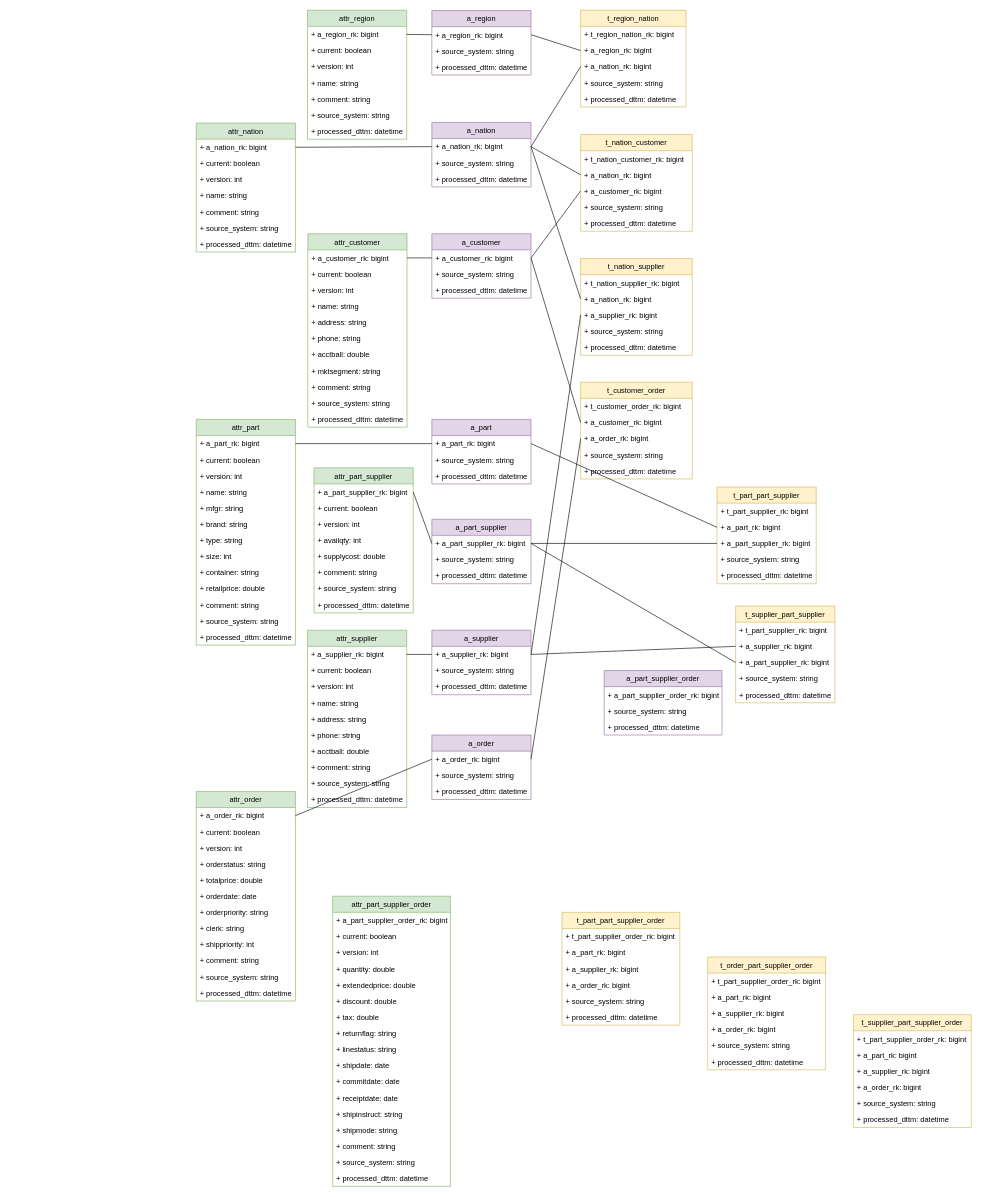
This is DZ1/Anchor.drawio from DMfananddu/DWH, a draw.io file, before an edit. Source tidied: cells renumbered, new cells numbered last; positions are measured from the earlier drawing's top-left corner, leaving out a move shared by most shapes. Both pictures are drawn from the tidied source at 62%, with x=0, y=0 at pixel (196, 10).
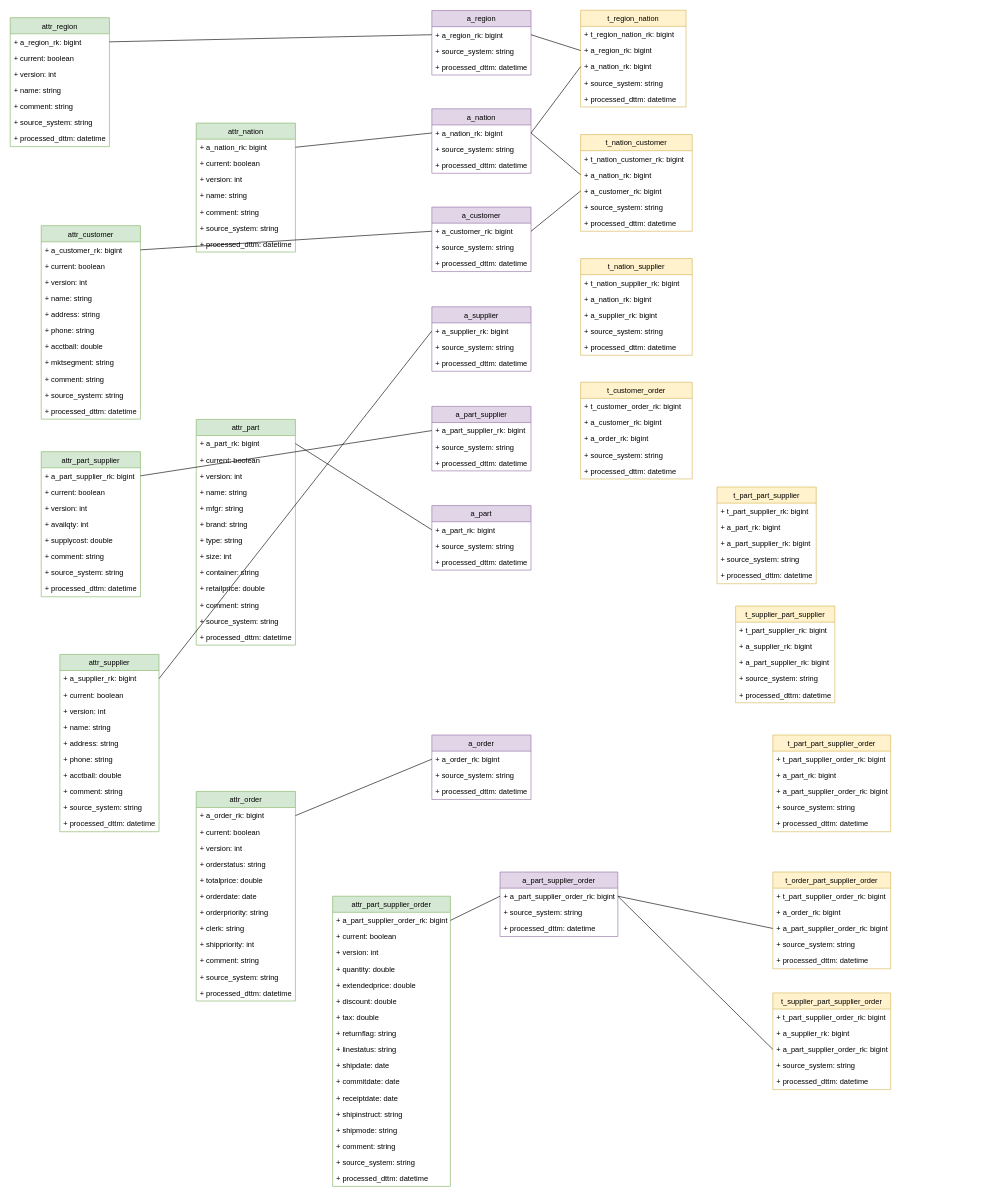
The same page after the edit.

Unchanged cells that the change refers to:
```xml
<mxCell id="16" value="+ a_part_supplier_rk: bigint" style="text;strokeColor=none;fillColor=none;align=left;verticalAlign=top;spacingLeft=4;spacingRight=4;overflow=hidden;points=[[0,0.5],[1,0.5]];portConstraint=eastwest;" parent="15" vertex="1">
  <mxGeometry y="26" width="160" height="26" as="geometry" />
</mxCell>
<mxCell id="20" value="+ a_part_supplier_order_rk: bigint" style="text;strokeColor=none;fillColor=none;align=left;verticalAlign=top;spacingLeft=4;spacingRight=4;overflow=hidden;points=[[0,0.5],[1,0.5]];portConstraint=eastwest;" parent="19" vertex="1">
  <mxGeometry y="26" width="190" height="26" as="geometry" />
</mxCell>
<mxCell id="30" value="+ a_nation_rk: bigint" style="text;strokeColor=none;fillColor=none;align=left;verticalAlign=top;spacingLeft=4;spacingRight=4;overflow=hidden;points=[[0,0.5],[1,0.5]];portConstraint=eastwest;" parent="29" vertex="1">
  <mxGeometry y="26" width="160" height="26" as="geometry" />
</mxCell>
<mxCell id="34" value="+ a_supplier_rk: bigint" style="text;strokeColor=none;fillColor=none;align=left;verticalAlign=top;spacingLeft=4;spacingRight=4;overflow=hidden;points=[[0,0.5],[1,0.5]];portConstraint=eastwest;" parent="33" vertex="1">
  <mxGeometry y="26" width="160" height="26" as="geometry" />
</mxCell>
<mxCell id="38" value="+ a_customer_rk: bigint" style="text;strokeColor=none;fillColor=none;align=left;verticalAlign=top;spacingLeft=4;spacingRight=4;overflow=hidden;points=[[0,0.5],[1,0.5]];portConstraint=eastwest;" parent="37" vertex="1">
  <mxGeometry y="26" width="160" height="26" as="geometry" />
</mxCell>
<mxCell id="42" value="+ a_order_rk: bigint" style="text;strokeColor=none;fillColor=none;align=left;verticalAlign=top;spacingLeft=4;spacingRight=4;overflow=hidden;points=[[0,0.5],[1,0.5]];portConstraint=eastwest;" parent="41" vertex="1">
  <mxGeometry y="26" width="160" height="26" as="geometry" />
</mxCell>
<mxCell id="46" value="+ a_part_rk: bigint" style="text;strokeColor=none;fillColor=none;align=left;verticalAlign=top;spacingLeft=4;spacingRight=4;overflow=hidden;points=[[0,0.5],[1,0.5]];portConstraint=eastwest;" parent="45" vertex="1">
  <mxGeometry y="26" width="160" height="26" as="geometry" />
</mxCell>
<mxCell id="59" value="+ a_nation_rk: bigint" style="text;strokeColor=none;fillColor=none;align=left;verticalAlign=top;spacingLeft=4;spacingRight=4;overflow=hidden;points=[[0,0.5],[1,0.5]];portConstraint=eastwest;" parent="57" vertex="1">
  <mxGeometry y="52" width="180" height="26" as="geometry" />
</mxCell>
<mxCell id="60" value="+ a_supplier_rk: bigint" style="text;strokeColor=none;fillColor=none;align=left;verticalAlign=top;spacingLeft=4;spacingRight=4;overflow=hidden;points=[[0,0.5],[1,0.5]];portConstraint=eastwest;" parent="57" vertex="1">
  <mxGeometry y="78" width="180" height="26" as="geometry" />
</mxCell>
<mxCell id="65" value="+ a_customer_rk: bigint" style="text;strokeColor=none;fillColor=none;align=left;verticalAlign=top;spacingLeft=4;spacingRight=4;overflow=hidden;points=[[0,0.5],[1,0.5]];portConstraint=eastwest;" parent="63" vertex="1">
  <mxGeometry y="52" width="180" height="26" as="geometry" />
</mxCell>
<mxCell id="66" value="+ a_order_rk: bigint" style="text;strokeColor=none;fillColor=none;align=left;verticalAlign=top;spacingLeft=4;spacingRight=4;overflow=hidden;points=[[0,0.5],[1,0.5]];portConstraint=eastwest;" parent="63" vertex="1">
  <mxGeometry y="78" width="180" height="26" as="geometry" />
</mxCell>
<mxCell id="148" value="+ a_part_supplier_order_rk: bigint" style="text;strokeColor=none;fillColor=none;align=left;verticalAlign=top;spacingLeft=4;spacingRight=4;overflow=hidden;points=[[0,0.5],[1,0.5]];portConstraint=eastwest;" parent="147" vertex="1">
  <mxGeometry y="26" width="190" height="26" as="geometry" />
</mxCell>
<mxCell id="167" value="+ a_supplier_rk: bigint" style="text;strokeColor=none;fillColor=none;align=left;verticalAlign=top;spacingLeft=4;spacingRight=4;overflow=hidden;points=[[0,0.5],[1,0.5]];portConstraint=eastwest;" parent="165" vertex="1">
  <mxGeometry y="52" width="160" height="26" as="geometry" />
</mxCell>
<mxCell id="168" value="+ a_part_supplier_rk: bigint" style="text;strokeColor=none;fillColor=none;align=left;verticalAlign=top;spacingLeft=4;spacingRight=4;overflow=hidden;points=[[0,0.5],[1,0.5]];portConstraint=eastwest;" parent="165" vertex="1">
  <mxGeometry y="78" width="160" height="26" as="geometry" />
</mxCell>
<mxCell id="173" value="+ a_part_rk: bigint" style="text;strokeColor=none;fillColor=none;align=left;verticalAlign=top;spacingLeft=4;spacingRight=4;overflow=hidden;points=[[0,0.5],[1,0.5]];portConstraint=eastwest;" parent="171" vertex="1">
  <mxGeometry y="52" width="160" height="26" as="geometry" />
</mxCell>
<mxCell id="174" value="+ a_part_supplier_rk: bigint" style="text;strokeColor=none;fillColor=none;align=left;verticalAlign=top;spacingLeft=4;spacingRight=4;overflow=hidden;points=[[0,0.5],[1,0.5]];portConstraint=eastwest;" parent="171" vertex="1">
  <mxGeometry y="78" width="160" height="26" as="geometry" />
</mxCell>
```

Diff of the diagram source:
```diff
@@
     <mxCell id="6" value="attr_region" style="swimlane;fontStyle=0;horizontal=1;startSize=26;fillColor=#d5e8d4;strokeColor=#82b366;" parent="1" vertex="1">
-      <mxGeometry x="179.5" width="160" height="208" as="geometry" />
+      <mxGeometry x="-300" y="12" width="160" height="208" as="geometry" />
     </mxCell>
@@
     <mxCell id="15" value="a_part_supplier" style="swimlane;fontStyle=0;horizontal=1;startSize=26;fillColor=#e1d5e7;verticalAlign=middle;strokeColor=#9673a6;" parent="1" vertex="1">
-      <mxGeometry x="380" y="821" width="160" height="104" as="geometry" />
+      <mxGeometry x="380" y="639" width="160" height="104" as="geometry" />
     </mxCell>
@@
     <mxCell id="19" value="a_part_supplier_order" style="swimlane;fontStyle=0;horizontal=1;startSize=26;fillColor=#e1d5e7;strokeColor=#9673a6;" parent="1" vertex="1">
-      <mxGeometry x="658" y="1065" width="190" height="104" as="geometry" />
+      <mxGeometry x="490" y="1390" width="190" height="104" as="geometry" />
     </mxCell>
@@
     <mxCell id="29" value="a_nation" style="swimlane;fontStyle=0;horizontal=1;startSize=26;fillColor=#e1d5e7;align=center;verticalAlign=middle;strokeColor=#9673a6;" parent="1" vertex="1">
-      <mxGeometry x="380" y="181" width="160" height="104" as="geometry" />
+      <mxGeometry x="380" y="159" width="160" height="104" as="geometry" />
     </mxCell>
@@
     <mxCell id="33" value="a_supplier" style="swimlane;fontStyle=0;horizontal=1;startSize=26;fillColor=#e1d5e7;align=center;verticalAlign=middle;strokeColor=#9673a6;" parent="1" vertex="1">
-      <mxGeometry x="380" y="1000" width="160" height="104" as="geometry" />
+      <mxGeometry x="380" y="478.3" width="160" height="104" as="geometry" />
     </mxCell>
@@
     <mxCell id="37" value="a_customer" style="swimlane;fontStyle=0;horizontal=1;startSize=26;fillColor=#e1d5e7;align=center;verticalAlign=middle;strokeColor=#9673a6;" parent="1" vertex="1">
-      <mxGeometry x="380" y="360.5" width="160" height="104" as="geometry" />
+      <mxGeometry x="380" y="317.5" width="160" height="104" as="geometry" />
     </mxCell>
@@
     <mxCell id="45" value="a_part" style="swimlane;fontStyle=0;horizontal=1;startSize=26;fillColor=#e1d5e7;align=center;verticalAlign=middle;strokeColor=#9673a6;" parent="1" vertex="1">
-      <mxGeometry x="380" y="660" width="160" height="104" as="geometry" />
+      <mxGeometry x="380" y="799" width="160" height="104" as="geometry" />
     </mxCell>
@@
-    <mxCell id="71" style="edgeStyle=none;rounded=0;jettySize=auto;html=1;exitX=1;exitY=0.5;exitDx=0;exitDy=0;entryX=0;entryY=0.5;entryDx=0;entryDy=0;endArrow=none;endFill=0;" parent="1" edge="1" source="38" target="65">
-      <mxGeometry relative="1" as="geometry" />
-    </mxCell>
-    <mxCell id="72" style="edgeStyle=none;rounded=0;jettySize=auto;html=1;exitX=1;exitY=0.5;exitDx=0;exitDy=0;entryX=0;entryY=0.5;entryDx=0;entryDy=0;endArrow=none;endFill=0;" parent="1" edge="1" source="42" target="66">
-      <mxGeometry relative="1" as="geometry" />
-    </mxCell>
-    <mxCell id="73" style="edgeStyle=none;rounded=0;jettySize=auto;html=1;exitX=0;exitY=0.5;exitDx=0;exitDy=0;entryX=1;entryY=0.5;entryDx=0;entryDy=0;endArrow=none;endFill=0;" parent="1" edge="1" source="59" target="30">
-      <mxGeometry relative="1" as="geometry" />
-    </mxCell>
-    <mxCell id="74" style="edgeStyle=none;rounded=0;jettySize=auto;html=1;exitX=0;exitY=0.5;exitDx=0;exitDy=0;entryX=1;entryY=0.5;entryDx=0;entryDy=0;endArrow=none;endFill=0;" parent="1" edge="1" source="60" target="34">
-      <mxGeometry relative="1" as="geometry" />
-    </mxCell>
@@
     <mxCell id="84" value="attr_customer" style="swimlane;fontStyle=0;horizontal=1;startSize=26;fillColor=#d5e8d4;strokeColor=#82b366;" parent="1" vertex="1">
-      <mxGeometry x="180" y="360.5" width="160" height="312" as="geometry" />
+      <mxGeometry x="-250" y="347.5" width="160" height="312" as="geometry" />
     </mxCell>
@@
     <mxCell id="112" value="attr_supplier" style="swimlane;fontStyle=0;horizontal=1;startSize=26;fillColor=#d5e8d4;strokeColor=#82b366;" parent="1" vertex="1">
-      <mxGeometry x="179.5" y="1000" width="160" height="286" as="geometry" />
+      <mxGeometry x="-220" y="1039" width="160" height="286" as="geometry" />
     </mxCell>
@@
     <mxCell id="138" value="attr_part_supplier" style="swimlane;fontStyle=0;horizontal=1;startSize=26;fillColor=#d5e8d4;strokeColor=#82b366;" parent="1" vertex="1">
-      <mxGeometry x="190" y="738" width="160" height="234" as="geometry" />
+      <mxGeometry x="-250" y="712" width="160" height="234" as="geometry" />
     </mxCell>
@@
     <mxCell id="177" value="t_part_part_supplier_order" style="swimlane;fontStyle=0;horizontal=1;startSize=26;fillColor=#fff2cc;strokeColor=#d6b656;" parent="1" vertex="1">
-      <mxGeometry x="590" y="1455" width="190" height="182" as="geometry" />
+      <mxGeometry x="930" y="1169" width="190" height="156" as="geometry" />
     </mxCell>
@@
-    <mxCell id="180" value="+ a_supplier_rk: bigint" style="text;strokeColor=none;fillColor=none;align=left;verticalAlign=top;spacingLeft=4;spacingRight=4;overflow=hidden;" parent="177" vertex="1">
+    <mxCell id="180" value="+ a_part_supplier_order_rk: bigint" style="text;strokeColor=none;fillColor=none;align=left;verticalAlign=top;spacingLeft=4;spacingRight=4;overflow=hidden;" parent="177" vertex="1">
       <mxGeometry y="78" width="190" height="26" as="geometry" />
     </mxCell>
-    <mxCell id="181" value="+ a_order_rk: bigint" style="text;strokeColor=none;fillColor=none;align=left;verticalAlign=top;spacingLeft=4;spacingRight=4;overflow=hidden;" parent="177" vertex="1">
-      <mxGeometry y="104" width="190" height="26" as="geometry" />
-    </mxCell>
     <mxCell id="182" value="+ source_system: string" style="text;strokeColor=none;fillColor=none;align=left;verticalAlign=top;spacingLeft=4;spacingRight=4;overflow=hidden;" parent="177" vertex="1">
-      <mxGeometry y="130" width="190" height="26" as="geometry" />
+      <mxGeometry y="104" width="190" height="26" as="geometry" />
     </mxCell>
     <mxCell id="183" value="+ processed_dttm: datetime" style="text;strokeColor=none;fillColor=none;align=left;verticalAlign=top;spacingLeft=4;spacingRight=4;overflow=hidden;" parent="177" vertex="1">
-      <mxGeometry y="156" width="190" height="26" as="geometry" />
+      <mxGeometry y="130" width="190" height="26" as="geometry" />
     </mxCell>
     <mxCell id="184" value="t_order_part_supplier_order" style="swimlane;fontStyle=0;horizontal=1;startSize=26;fillColor=#fff2cc;strokeColor=#d6b656;" parent="1" vertex="1">
-      <mxGeometry x="825" y="1527" width="190" height="182" as="geometry" />
+      <mxGeometry x="930" y="1390" width="190" height="156" as="geometry" />
     </mxCell>
@@
-    <mxCell id="186" value="+ a_part_rk: bigint" style="text;strokeColor=none;fillColor=none;align=left;verticalAlign=top;spacingLeft=4;spacingRight=4;overflow=hidden;" parent="184" vertex="1">
-      <mxGeometry y="52" width="190" height="26" as="geometry" />
-    </mxCell>
+    <mxCell id="188" value="+ a_order_rk: bigint" style="text;strokeColor=none;fillColor=none;align=left;verticalAlign=top;spacingLeft=4;spacingRight=4;overflow=hidden;" parent="184" vertex="1">
+      <mxGeometry y="52" width="190" height="26" as="geometry" />
+    </mxCell>
-    <mxCell id="187" value="+ a_supplier_rk: bigint" style="text;strokeColor=none;fillColor=none;align=left;verticalAlign=top;spacingLeft=4;spacingRight=4;overflow=hidden;points=[[0,0.5],[1,0.5]];portConstraint=eastwest;" parent="184" vertex="1">
+    <mxCell id="187" value="+ a_part_supplier_order_rk: bigint" style="text;strokeColor=none;fillColor=none;align=left;verticalAlign=top;spacingLeft=4;spacingRight=4;overflow=hidden;points=[[0,0.5],[1,0.5]];portConstraint=eastwest;" parent="184" vertex="1">
       <mxGeometry y="78" width="190" height="26" as="geometry" />
     </mxCell>
-    <mxCell id="188" value="+ a_order_rk: bigint" style="text;strokeColor=none;fillColor=none;align=left;verticalAlign=top;spacingLeft=4;spacingRight=4;overflow=hidden;" parent="184" vertex="1">
-      <mxGeometry y="104" width="190" height="26" as="geometry" />
-    </mxCell>
     <mxCell id="189" value="+ source_system: string" style="text;strokeColor=none;fillColor=none;align=left;verticalAlign=top;spacingLeft=4;spacingRight=4;overflow=hidden;" parent="184" vertex="1">
-      <mxGeometry y="130" width="190" height="26" as="geometry" />
+      <mxGeometry y="104" width="190" height="26" as="geometry" />
     </mxCell>
     <mxCell id="190" value="+ processed_dttm: datetime" style="text;strokeColor=none;fillColor=none;align=left;verticalAlign=top;spacingLeft=4;spacingRight=4;overflow=hidden;" parent="184" vertex="1">
-      <mxGeometry y="156" width="190" height="26" as="geometry" />
+      <mxGeometry y="130" width="190" height="26" as="geometry" />
     </mxCell>
     <mxCell id="191" value="t_supplier_part_supplier_order" style="swimlane;fontStyle=0;horizontal=1;startSize=26;fillColor=#fff2cc;strokeColor=#d6b656;" parent="1" vertex="1">
-      <mxGeometry x="1060" y="1620" width="190" height="182" as="geometry" />
+      <mxGeometry x="930" y="1585" width="190" height="156" as="geometry" />
     </mxCell>
@@
-    <mxCell id="193" value="+ a_part_rk: bigint" style="text;strokeColor=none;fillColor=none;align=left;verticalAlign=top;spacingLeft=4;spacingRight=4;overflow=hidden;" parent="191" vertex="1">
+    <mxCell id="193" value="+ a_supplier_rk: bigint" style="text;strokeColor=none;fillColor=none;align=left;verticalAlign=top;spacingLeft=4;spacingRight=4;overflow=hidden;" parent="191" vertex="1">
       <mxGeometry y="52" width="190" height="26" as="geometry" />
     </mxCell>
-    <mxCell id="194" value="+ a_supplier_rk: bigint" style="text;strokeColor=none;fillColor=none;align=left;verticalAlign=top;spacingLeft=4;spacingRight=4;overflow=hidden;points=[[0,0.5],[1,0.5]];portConstraint=eastwest;" parent="191" vertex="1">
+    <mxCell id="194" value="+ a_part_supplier_order_rk: bigint" style="text;strokeColor=none;fillColor=none;align=left;verticalAlign=top;spacingLeft=4;spacingRight=4;overflow=hidden;points=[[0,0.5],[1,0.5]];portConstraint=eastwest;" parent="191" vertex="1">
       <mxGeometry y="78" width="190" height="26" as="geometry" />
     </mxCell>
-    <mxCell id="195" value="+ a_order_rk: bigint" style="text;strokeColor=none;fillColor=none;align=left;verticalAlign=top;spacingLeft=4;spacingRight=4;overflow=hidden;" parent="191" vertex="1">
-      <mxGeometry y="104" width="190" height="26" as="geometry" />
-    </mxCell>
     <mxCell id="196" value="+ source_system: string" style="text;strokeColor=none;fillColor=none;align=left;verticalAlign=top;spacingLeft=4;spacingRight=4;overflow=hidden;" parent="191" vertex="1">
-      <mxGeometry y="130" width="190" height="26" as="geometry" />
+      <mxGeometry y="104" width="190" height="26" as="geometry" />
     </mxCell>
     <mxCell id="197" value="+ processed_dttm: datetime" style="text;strokeColor=none;fillColor=none;align=left;verticalAlign=top;spacingLeft=4;spacingRight=4;overflow=hidden;" parent="191" vertex="1">
-      <mxGeometry y="156" width="190" height="26" as="geometry" />
+      <mxGeometry y="130" width="190" height="26" as="geometry" />
     </mxCell>
-    <mxCell id="198" style="edgeStyle=none;rounded=0;jettySize=auto;html=1;exitX=0;exitY=0.5;exitDx=0;exitDy=0;entryX=1;entryY=0.5;entryDx=0;entryDy=0;endArrow=none;endFill=0;" parent="1" edge="1" source="167" target="34">
-      <mxGeometry relative="1" as="geometry" />
-    </mxCell>
-    <mxCell id="199" style="edgeStyle=none;rounded=0;jettySize=auto;html=1;exitX=0;exitY=0.5;exitDx=0;exitDy=0;entryX=1;entryY=0.5;entryDx=0;entryDy=0;endArrow=none;endFill=0;" parent="1" edge="1" source="173" target="46">
-      <mxGeometry relative="1" as="geometry" />
-    </mxCell>
@@
-    <mxCell id="201" style="edgeStyle=none;rounded=0;jettySize=auto;html=1;exitX=0;exitY=0.5;exitDx=0;exitDy=0;entryX=1;entryY=0.5;entryDx=0;entryDy=0;endArrow=none;endFill=0;" parent="1" edge="1" source="174" target="16">
-      <mxGeometry relative="1" as="geometry" />
-    </mxCell>
-    <mxCell id="202" style="edgeStyle=none;rounded=0;jettySize=auto;html=1;exitX=0;exitY=0.5;exitDx=0;exitDy=0;endArrow=none;endFill=0;entryX=1;entryY=0.5;entryDx=0;entryDy=0;" parent="1" edge="1" source="168" target="16">
-      <mxGeometry relative="1" as="geometry" />
-    </mxCell>
+    <mxCell id="203" style="edgeStyle=none;rounded=0;jettySize=auto;html=1;exitX=1;exitY=0.5;exitDx=0;exitDy=0;entryX=0;entryY=0.5;entryDx=0;entryDy=0;endArrow=none;endFill=0;" parent="1" edge="1" source="20" target="187">
+      <mxGeometry relative="1" as="geometry" />
+    </mxCell>
+    <mxCell id="204" style="edgeStyle=none;rounded=0;jettySize=auto;html=1;exitX=0;exitY=0.5;exitDx=0;exitDy=0;entryX=1;entryY=0.5;entryDx=0;entryDy=0;endArrow=none;endFill=0;" parent="1" edge="1" source="194" target="20">
+      <mxGeometry relative="1" as="geometry" />
+    </mxCell>
+    <mxCell id="205" style="edgeStyle=none;rounded=0;jettySize=auto;html=1;exitX=0;exitY=0.5;exitDx=0;exitDy=0;entryX=1;entryY=0.5;entryDx=0;entryDy=0;endArrow=none;endFill=0;" parent="1" edge="1" source="20" target="148">
+      <mxGeometry relative="1" as="geometry" />
+    </mxCell>
```
